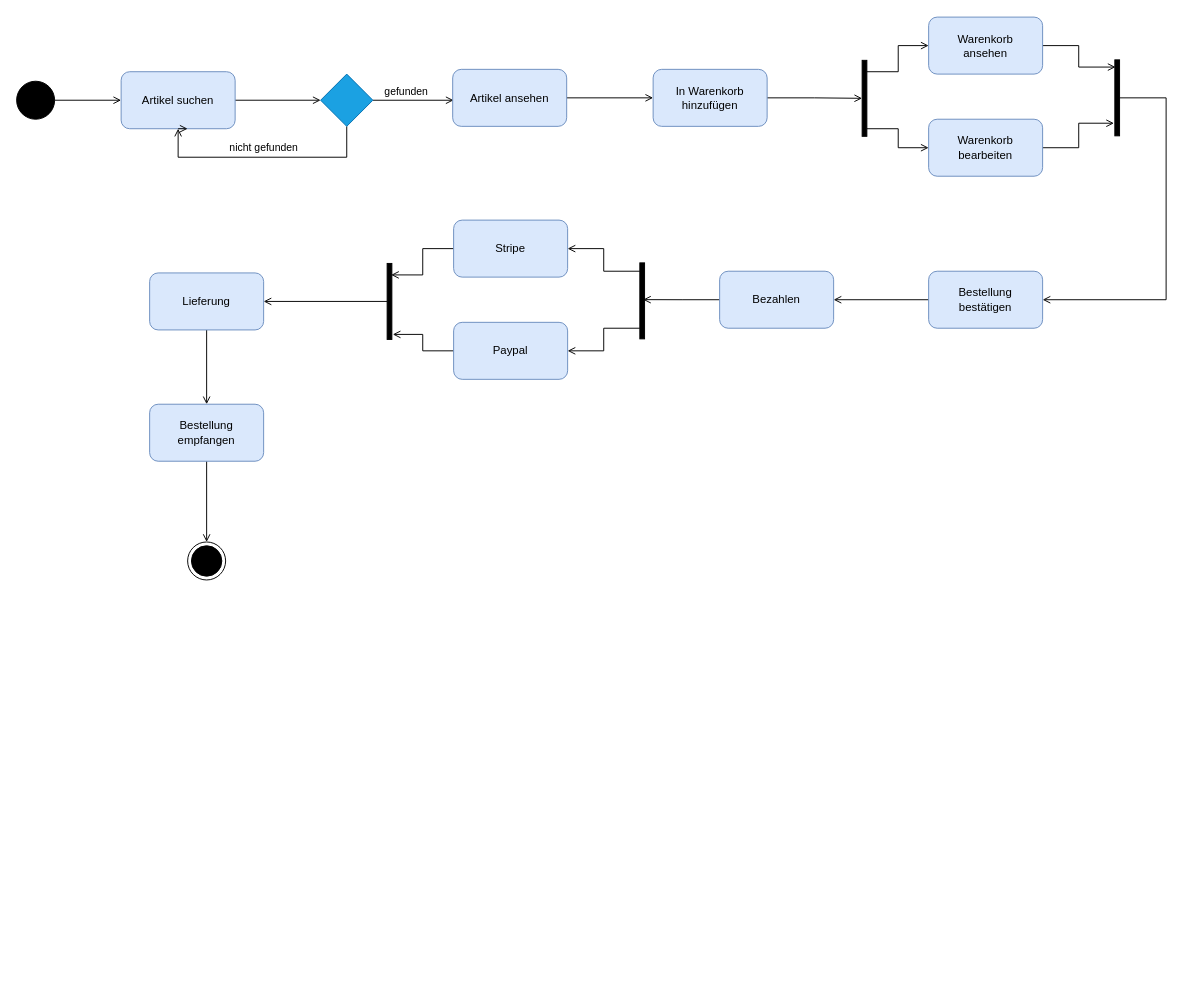
Above: Aktivitaetsdiagramm.drawio in therealfilko/uml (draw.io), before the change. Source tidied: cells renumbered, new cells numbered last; positions are measured from the earlier drawing's top-left corner, leaving out a move shared by most shapes. Both pictures are drawn from the tidied source at 95%, with x=0, y=0 at pixel (16, 16).
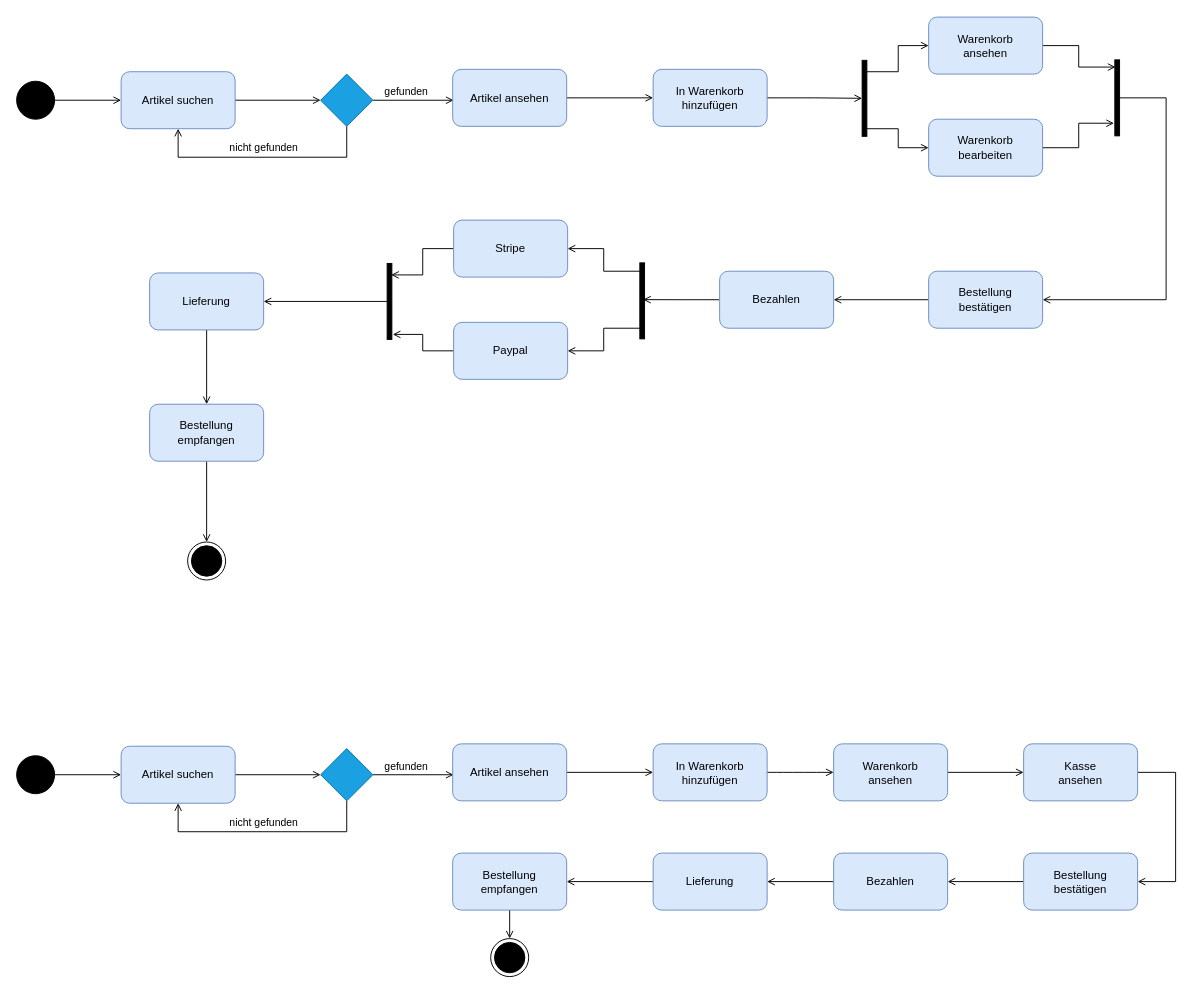
The same diagram, later.

The change refers to these unchanged cells:
```xml
<mxCell id="5" value="Artikel suchen" style="rounded=1;whiteSpace=wrap;html=1;fillColor=#dae8fc;strokeColor=#6c8ebf;" parent="1" vertex="1">
  <mxGeometry x="110" y="58" width="120" height="60" as="geometry" />
</mxCell>
```

Change to the diagram source:
```diff
@@
-    <mxCell id="6" style="edgeStyle=orthogonalEdgeStyle;rounded=0;orthogonalLoop=1;jettySize=auto;html=1;exitX=0.5;exitY=1;exitDx=0;exitDy=0;entryX=0.583;entryY=1;entryDx=0;entryDy=0;entryPerimeter=0;endArrow=open;endFill=0;" parent="1" edge="1" source="5" target="5">
-      <mxGeometry relative="1" as="geometry" />
-    </mxCell>
@@
+    <mxCell id="42" style="edgeStyle=orthogonalEdgeStyle;rounded=0;jettySize=auto;html=1;entryX=0;entryY=0.5;entryDx=0;entryDy=0;endArrow=open;endFill=0;" parent="1" edge="1" source="43" target="45">
+      <mxGeometry relative="1" as="geometry" />
+    </mxCell>
+    <mxCell id="43" style="ellipse;fillColor=strokeColor;" parent="1" vertex="1">
+      <mxGeometry y="778" width="40" height="40" as="geometry" />
+    </mxCell>
+    <mxCell id="44" style="edgeStyle=orthogonalEdgeStyle;rounded=0;jettySize=auto;html=1;entryX=0;entryY=0.5;entryDx=0;entryDy=0;endArrow=open;endFill=0;" parent="1" edge="1" source="45" target="49">
+      <mxGeometry relative="1" as="geometry" />
+    </mxCell>
+    <mxCell id="45" value="Artikel suchen" style="rounded=1;whiteSpace=wrap;html=1;fillColor=#dae8fc;strokeColor=#6c8ebf;" parent="1" vertex="1">
+      <mxGeometry x="110" y="768" width="120" height="60" as="geometry" />
+    </mxCell>
+    <mxCell id="46" value="nicht gefunden" style="edgeStyle=orthogonalEdgeStyle;rounded=0;jettySize=auto;html=1;entryX=0.5;entryY=1;entryDx=0;entryDy=0;endArrow=open;endFill=0;" parent="1" edge="1" source="49" target="45">
+      <mxGeometry y="-10" relative="1" as="geometry">
+        <Array as="points">
+          <mxPoint x="348" y="858" />
+          <mxPoint x="170" y="858" />
+        </Array>
+      </mxGeometry>
+    </mxCell>
+    <mxCell id="47" style="edgeStyle=orthogonalEdgeStyle;rounded=0;jettySize=auto;html=1;entryX=0.008;entryY=0.542;entryDx=0;entryDy=0;entryPerimeter=0;endArrow=open;endFill=0;" parent="1" edge="1" source="49" target="51">
+      <mxGeometry relative="1" as="geometry" />
+    </mxCell>
+    <mxCell id="48" value="gefunden" style="edgeLabel;html=1;align=center;verticalAlign=middle;" parent="47" vertex="1">
+      <mxGeometry x="-0.37" y="-1" relative="1" as="geometry">
+        <mxPoint x="8" y="-11" as="offset" />
+      </mxGeometry>
+    </mxCell>
+    <mxCell id="49" style="rhombus;whiteSpace=wrap;html=1;fillColor=#1ba1e2;fontColor=#ffffff;strokeColor=#006EAF;" parent="1" vertex="1">
+      <mxGeometry x="320" y="770.5" width="55" height="55" as="geometry" />
+    </mxCell>
+    <mxCell id="50" style="edgeStyle=orthogonalEdgeStyle;rounded=0;jettySize=auto;html=1;entryX=0;entryY=0.5;entryDx=0;entryDy=0;endArrow=open;endFill=0;" parent="1" edge="1" source="51" target="53">
+      <mxGeometry relative="1" as="geometry" />
+    </mxCell>
+    <mxCell id="51" value="Artikel ansehen" style="rounded=1;whiteSpace=wrap;html=1;fillColor=#dae8fc;strokeColor=#6c8ebf;" parent="1" vertex="1">
+      <mxGeometry x="459" y="765.5" width="120" height="60" as="geometry" />
+    </mxCell>
+    <mxCell id="52" style="edgeStyle=none;curved=1;rounded=0;jettySize=auto;html=1;fontSize=12;endArrow=open;startSize=6;endSize=6;sourcePerimeterSpacing=8;targetPerimeterSpacing=8;entryX=0;entryY=0.5;entryDx=0;entryDy=0;exitX=1;exitY=0.5;exitDx=0;exitDy=0;endFill=0;" parent="1" edge="1" source="53" target="55">
+      <mxGeometry relative="1" as="geometry" />
+    </mxCell>
+    <mxCell id="53" value="In Warenkorb&lt;br&gt;hinzufügen" style="rounded=1;whiteSpace=wrap;html=1;fillColor=#dae8fc;strokeColor=#6c8ebf;" parent="1" vertex="1">
+      <mxGeometry x="670" y="765.5" width="120" height="60" as="geometry" />
+    </mxCell>
+    <mxCell id="54" style="edgeStyle=orthogonalEdgeStyle;rounded=0;jettySize=auto;html=1;exitX=1;exitY=0.5;exitDx=0;exitDy=0;entryX=0;entryY=0.5;entryDx=0;entryDy=0;endArrow=open;endFill=0;startSize=6;endSize=6;" parent="1" edge="1" source="55" target="66">
+      <mxGeometry relative="1" as="geometry" />
+    </mxCell>
+    <mxCell id="55" value="Warenkorb&lt;br&gt;ansehen" style="rounded=1;whiteSpace=wrap;html=1;fillColor=#dae8fc;strokeColor=#6c8ebf;" parent="1" vertex="1">
+      <mxGeometry x="860" y="765.5" width="120" height="60" as="geometry" />
+    </mxCell>
+    <mxCell id="56" style="edgeStyle=orthogonalEdgeStyle;rounded=0;jettySize=auto;html=1;entryX=1;entryY=0.5;entryDx=0;entryDy=0;endArrow=open;endFill=0;" parent="1" edge="1" source="57" target="59">
+      <mxGeometry relative="1" as="geometry" />
+    </mxCell>
+    <mxCell id="57" value="Bestellung&lt;br&gt;bestätigen" style="rounded=1;whiteSpace=wrap;html=1;fillColor=#dae8fc;strokeColor=#6c8ebf;" parent="1" vertex="1">
+      <mxGeometry x="1060" y="880.5" width="120" height="60" as="geometry" />
+    </mxCell>
+    <mxCell id="58" style="edgeStyle=orthogonalEdgeStyle;rounded=0;jettySize=auto;html=1;exitX=0;exitY=0.5;exitDx=0;exitDy=0;endArrow=open;endFill=0;startSize=6;endSize=6;" parent="1" edge="1" source="59" target="61">
+      <mxGeometry relative="1" as="geometry" />
+    </mxCell>
+    <mxCell id="59" value="Bezahlen" style="rounded=1;whiteSpace=wrap;html=1;fillColor=#dae8fc;strokeColor=#6c8ebf;" parent="1" vertex="1">
+      <mxGeometry x="860" y="880.5" width="120" height="60" as="geometry" />
+    </mxCell>
+    <mxCell id="60" style="edgeStyle=orthogonalEdgeStyle;rounded=0;jettySize=auto;html=1;exitX=0;exitY=0.5;exitDx=0;exitDy=0;entryX=1;entryY=0.5;entryDx=0;entryDy=0;endArrow=open;endFill=0;startSize=6;endSize=6;" parent="1" edge="1" source="61" target="63">
+      <mxGeometry relative="1" as="geometry" />
+    </mxCell>
+    <mxCell id="61" value="Lieferung" style="rounded=1;whiteSpace=wrap;html=1;fillColor=#dae8fc;strokeColor=#6c8ebf;" parent="1" vertex="1">
+      <mxGeometry x="670" y="880.5" width="120" height="60" as="geometry" />
+    </mxCell>
+    <mxCell id="62" style="edgeStyle=orthogonalEdgeStyle;rounded=0;jettySize=auto;html=1;exitX=0.5;exitY=1;exitDx=0;exitDy=0;entryX=0.5;entryY=0;entryDx=0;entryDy=0;endArrow=open;endFill=0;startSize=6;endSize=6;" parent="1" edge="1" source="63" target="64">
+      <mxGeometry relative="1" as="geometry" />
+    </mxCell>
+    <mxCell id="63" value="Bestellung&lt;br&gt;empfangen" style="rounded=1;whiteSpace=wrap;html=1;fillColor=#dae8fc;strokeColor=#6c8ebf;" parent="1" vertex="1">
+      <mxGeometry x="459" y="880.5" width="120" height="60" as="geometry" />
+    </mxCell>
+    <mxCell id="64" style="ellipse;html=1;shape=endState;fillColor=strokeColor;" parent="1" vertex="1">
+      <mxGeometry x="499" y="970.5" width="40" height="40" as="geometry" />
+    </mxCell>
+    <mxCell id="65" style="edgeStyle=orthogonalEdgeStyle;rounded=0;jettySize=auto;html=1;entryX=1;entryY=0.5;entryDx=0;entryDy=0;endArrow=open;endFill=0;startSize=6;endSize=6;" parent="1" edge="1" source="66" target="57">
+      <mxGeometry relative="1" as="geometry">
+        <Array as="points">
+          <mxPoint x="1220" y="795.5" />
+          <mxPoint x="1220" y="910.5" />
+        </Array>
+      </mxGeometry>
+    </mxCell>
+    <mxCell id="66" value="Kasse&lt;br&gt;ansehen" style="rounded=1;whiteSpace=wrap;html=1;fillColor=#dae8fc;strokeColor=#6c8ebf;" parent="1" vertex="1">
+      <mxGeometry x="1060" y="765.5" width="120" height="60" as="geometry" />
+    </mxCell>
```
